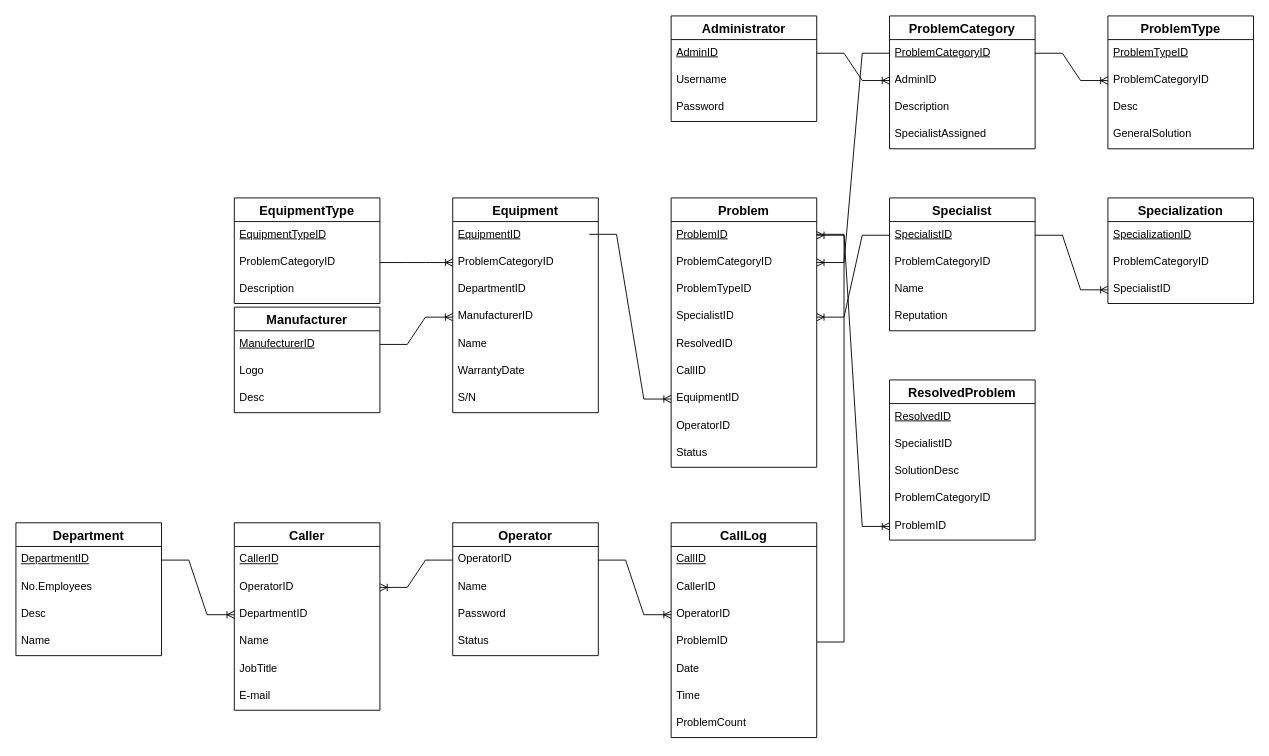
Above: DiagramaEquipamento.drawio in VascoMatos/diagramas (draw.io), before the change. Source tidied: cells renumbered, new cells numbered last; positions are measured from the earlier drawing's top-left corner, leaving out a move shared by most shapes. Both pictures are drawn from the tidied source at 91%, with x=0, y=0 at pixel (15, 15).
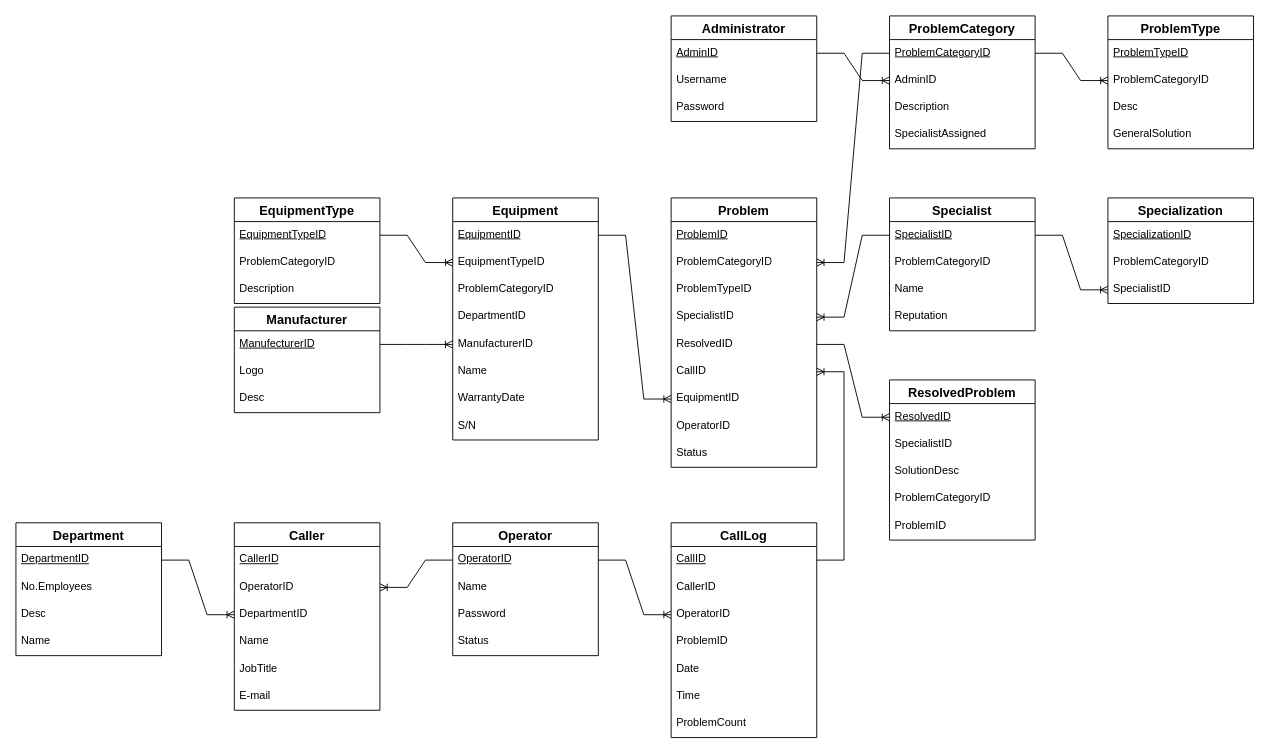
The same diagram, later.

The change refers to these unchanged cells:
```xml
<mxCell id="3" value="&lt;u&gt;EquipmentTypeID&lt;/u&gt;" style="text;strokeColor=none;fillColor=none;spacingLeft=4;spacingRight=4;overflow=hidden;points=[[0,0.5],[1,0.5]];portConstraint=eastwest;fontSize=12;whiteSpace=wrap;html=1;" parent="2" vertex="1">
  <mxGeometry y="26" width="160" height="30" as="geometry" />
</mxCell>
<mxCell id="4" value="ProblemCategoryID" style="text;strokeColor=none;fillColor=none;spacingLeft=4;spacingRight=4;overflow=hidden;points=[[0,0.5],[1,0.5]];portConstraint=eastwest;fontSize=12;whiteSpace=wrap;html=1;" parent="2" vertex="1">
  <mxGeometry y="56" width="160" height="30" as="geometry" />
</mxCell>
<mxCell id="11" value="&lt;u&gt;AdminID&lt;/u&gt;" style="text;strokeColor=none;fillColor=none;spacingLeft=4;spacingRight=4;overflow=hidden;points=[[0,0.5],[1,0.5]];portConstraint=eastwest;fontSize=12;whiteSpace=wrap;html=1;" parent="10" vertex="1">
  <mxGeometry y="26" width="160" height="30" as="geometry" />
</mxCell>
<mxCell id="26" value="Operator" style="swimlane;fontStyle=1;horizontal=1;startSize=26;align=center;fontSize=14;" parent="1" vertex="1">
  <mxGeometry x="480" y="557" width="160" height="146" as="geometry" />
</mxCell>
<mxCell id="32" value="&lt;u&gt;CallID&lt;/u&gt;" style="text;strokeColor=none;fillColor=none;spacingLeft=4;spacingRight=4;overflow=hidden;points=[[0,0.5],[1,0.5]];portConstraint=eastwest;fontSize=12;whiteSpace=wrap;html=1;" parent="31" vertex="1">
  <mxGeometry y="26" width="160" height="30" as="geometry" />
</mxCell>
<mxCell id="35" value="ProblemID" style="text;strokeColor=none;fillColor=none;spacingLeft=4;spacingRight=4;overflow=hidden;points=[[0,0.5],[1,0.5]];portConstraint=eastwest;fontSize=12;whiteSpace=wrap;html=1;" parent="31" vertex="1">
  <mxGeometry y="116" width="160" height="30" as="geometry" />
</mxCell>
<mxCell id="40" value="&lt;u&gt;EquipmentID&lt;/u&gt;" style="text;strokeColor=none;fillColor=none;spacingLeft=4;spacingRight=4;overflow=hidden;points=[[0,0.5],[1,0.5]];portConstraint=eastwest;fontSize=12;whiteSpace=wrap;html=1;" parent="39" vertex="1">
  <mxGeometry y="26" width="160" height="30" as="geometry" />
</mxCell>
<mxCell id="50" value="SpecialistID" style="text;strokeColor=none;fillColor=none;spacingLeft=4;spacingRight=4;overflow=hidden;points=[[0,0.5],[1,0.5]];portConstraint=eastwest;fontSize=12;whiteSpace=wrap;html=1;" parent="47" vertex="1">
  <mxGeometry y="86" width="160" height="30" as="geometry" />
</mxCell>
<mxCell id="52" value="&lt;u&gt;ProblemCategoryID&lt;/u&gt;" style="text;strokeColor=none;fillColor=none;spacingLeft=4;spacingRight=4;overflow=hidden;points=[[0,0.5],[1,0.5]];portConstraint=eastwest;fontSize=12;whiteSpace=wrap;html=1;" parent="51" vertex="1">
  <mxGeometry y="26" width="160" height="30" as="geometry" />
</mxCell>
<mxCell id="53" value="AdminID" style="text;strokeColor=none;fillColor=none;spacingLeft=4;spacingRight=4;overflow=hidden;points=[[0,0.5],[1,0.5]];portConstraint=eastwest;fontSize=12;whiteSpace=wrap;html=1;" parent="51" vertex="1">
  <mxGeometry y="56" width="160" height="30" as="geometry" />
</mxCell>
<mxCell id="58" value="ProblemCategoryID" style="text;strokeColor=none;fillColor=none;spacingLeft=4;spacingRight=4;overflow=hidden;points=[[0,0.5],[1,0.5]];portConstraint=eastwest;fontSize=12;whiteSpace=wrap;html=1;" parent="56" vertex="1">
  <mxGeometry y="56" width="160" height="30" as="geometry" />
</mxCell>
<mxCell id="62" value="&lt;u&gt;ResolvedID&lt;/u&gt;" style="text;strokeColor=none;fillColor=none;spacingLeft=4;spacingRight=4;overflow=hidden;points=[[0,0.5],[1,0.5]];portConstraint=eastwest;fontSize=12;whiteSpace=wrap;html=1;" parent="61" vertex="1">
  <mxGeometry y="26" width="160" height="30" as="geometry" />
</mxCell>
<mxCell id="66" value="ProblemID" style="text;strokeColor=none;fillColor=none;spacingLeft=4;spacingRight=4;overflow=hidden;points=[[0,0.5],[1,0.5]];portConstraint=eastwest;fontSize=12;whiteSpace=wrap;html=1;" parent="61" vertex="1">
  <mxGeometry y="146" width="160" height="30" as="geometry" />
</mxCell>
<mxCell id="68" value="&lt;u&gt;SpecialistID&lt;/u&gt;" style="text;strokeColor=none;fillColor=none;spacingLeft=4;spacingRight=4;overflow=hidden;points=[[0,0.5],[1,0.5]];portConstraint=eastwest;fontSize=12;whiteSpace=wrap;html=1;" parent="67" vertex="1">
  <mxGeometry y="26" width="160" height="30" as="geometry" />
</mxCell>
<mxCell id="73" value="&lt;u&gt;ProblemID&lt;/u&gt;" style="text;strokeColor=none;fillColor=none;spacingLeft=4;spacingRight=4;overflow=hidden;points=[[0,0.5],[1,0.5]];portConstraint=eastwest;fontSize=12;whiteSpace=wrap;html=1;" parent="72" vertex="1">
  <mxGeometry y="26" width="160" height="30" as="geometry" />
</mxCell>
<mxCell id="74" value="ProblemCategoryID" style="text;strokeColor=none;fillColor=none;spacingLeft=4;spacingRight=4;overflow=hidden;points=[[0,0.5],[1,0.5]];portConstraint=eastwest;fontSize=12;whiteSpace=wrap;html=1;" parent="72" vertex="1">
  <mxGeometry y="56" width="160" height="30" as="geometry" />
</mxCell>
<mxCell id="76" value="SpecialistID" style="text;strokeColor=none;fillColor=none;spacingLeft=4;spacingRight=4;overflow=hidden;points=[[0,0.5],[1,0.5]];portConstraint=eastwest;fontSize=12;whiteSpace=wrap;html=1;" parent="72" vertex="1">
  <mxGeometry y="116" width="160" height="30" as="geometry" />
</mxCell>
<mxCell id="77" value="ResolvedID" style="text;strokeColor=none;fillColor=none;spacingLeft=4;spacingRight=4;overflow=hidden;points=[[0,0.5],[1,0.5]];portConstraint=eastwest;fontSize=12;whiteSpace=wrap;html=1;" parent="72" vertex="1">
  <mxGeometry y="146" width="160" height="30" as="geometry" />
</mxCell>
<mxCell id="78" value="CallID" style="text;strokeColor=none;fillColor=none;spacingLeft=4;spacingRight=4;overflow=hidden;points=[[0,0.5],[1,0.5]];portConstraint=eastwest;fontSize=12;whiteSpace=wrap;html=1;" parent="72" vertex="1">
  <mxGeometry y="176" width="160" height="30" as="geometry" />
</mxCell>
<mxCell id="79" value="EquipmentID" style="text;strokeColor=none;fillColor=none;spacingLeft=4;spacingRight=4;overflow=hidden;points=[[0,0.5],[1,0.5]];portConstraint=eastwest;fontSize=12;whiteSpace=wrap;html=1;" parent="72" vertex="1">
  <mxGeometry y="206" width="160" height="30" as="geometry" />
</mxCell>
```

What changed in the source:
```diff
@@
-    <mxCell id="27" value="OperatorID" style="text;strokeColor=none;fillColor=none;spacingLeft=4;spacingRight=4;overflow=hidden;points=[[0,0.5],[1,0.5]];portConstraint=eastwest;fontSize=12;whiteSpace=wrap;html=1;" parent="26" vertex="1">
+    <mxCell id="27" value="&lt;u&gt;OperatorID&lt;/u&gt;" style="text;strokeColor=none;fillColor=none;spacingLeft=4;spacingRight=4;overflow=hidden;points=[[0,0.5],[1,0.5]];portConstraint=eastwest;fontSize=12;whiteSpace=wrap;html=1;" parent="26" vertex="1">
       <mxGeometry y="26" width="160" height="30" as="geometry" />
     </mxCell>
@@
     <mxCell id="39" value="Equipment" style="swimlane;fontStyle=1;horizontal=1;startSize=26;align=center;fontSize=14;" parent="1" vertex="1">
-      <mxGeometry x="480" y="200" width="160" height="236" as="geometry" />
+      <mxGeometry x="480" y="200" width="160" height="266" as="geometry" />
     </mxCell>
@@
+    <mxCell id="95" value="EquipmentTypeID" style="text;strokeColor=none;fillColor=none;spacingLeft=4;spacingRight=4;overflow=hidden;points=[[0,0.5],[1,0.5]];portConstraint=eastwest;fontSize=12;whiteSpace=wrap;html=1;" parent="39" vertex="1">
+      <mxGeometry y="56" width="160" height="30" as="geometry" />
+    </mxCell>
     <mxCell id="41" value="ProblemCategoryID" style="text;strokeColor=none;fillColor=none;spacingLeft=4;spacingRight=4;overflow=hidden;points=[[0,0.5],[1,0.5]];portConstraint=eastwest;fontSize=12;whiteSpace=wrap;html=1;" parent="39" vertex="1">
-      <mxGeometry y="56" width="160" height="30" as="geometry" />
+      <mxGeometry y="86" width="160" height="30" as="geometry" />
     </mxCell>
     <mxCell id="42" value="DepartmentID" style="text;strokeColor=none;fillColor=none;spacingLeft=4;spacingRight=4;overflow=hidden;fontSize=12;whiteSpace=wrap;html=1;" parent="39" vertex="1">
-      <mxGeometry y="86" width="160" height="30" as="geometry" />
+      <mxGeometry y="116" width="160" height="30" as="geometry" />
     </mxCell>
     <mxCell id="43" value="ManufacturerID" style="text;strokeColor=none;fillColor=none;spacingLeft=4;spacingRight=4;overflow=hidden;points=[[0,0.5],[1,0.5]];portConstraint=eastwest;fontSize=12;whiteSpace=wrap;html=1;" parent="39" vertex="1">
-      <mxGeometry y="116" width="160" height="30" as="geometry" />
+      <mxGeometry y="146" width="160" height="30" as="geometry" />
     </mxCell>
     <mxCell id="44" value="Name" style="text;strokeColor=none;fillColor=none;spacingLeft=4;spacingRight=4;overflow=hidden;fontSize=12;whiteSpace=wrap;html=1;" parent="39" vertex="1">
-      <mxGeometry y="146" width="160" height="30" as="geometry" />
+      <mxGeometry y="176" width="160" height="30" as="geometry" />
     </mxCell>
     <mxCell id="45" value="WarrantyDate" style="text;strokeColor=none;fillColor=none;spacingLeft=4;spacingRight=4;overflow=hidden;fontSize=12;whiteSpace=wrap;html=1;" parent="39" vertex="1">
-      <mxGeometry y="176" width="160" height="30" as="geometry" />
+      <mxGeometry y="206" width="160" height="30" as="geometry" />
     </mxCell>
     <mxCell id="46" value="S/N" style="text;strokeColor=none;fillColor=none;spacingLeft=4;spacingRight=4;overflow=hidden;fontSize=12;whiteSpace=wrap;html=1;" parent="39" vertex="1">
-      <mxGeometry y="206" width="160" height="30" as="geometry" />
+      <mxGeometry y="236" width="160" height="30" as="geometry" />
     </mxCell>
@@
-    <mxCell id="82" style="edgeStyle=entityRelationEdgeStyle;fontSize=12;html=1;endArrow=ERoneToMany;rounded=0;" parent="1" edge="1" target="79">
-      <mxGeometry relative="1" as="geometry">
-        <mxPoint x="630" y="240" as="sourcePoint" />
-      </mxGeometry>
+    <mxCell id="82" style="edgeStyle=entityRelationEdgeStyle;fontSize=12;html=1;endArrow=ERoneToMany;rounded=0;" parent="1" edge="1" source="40" target="79">
+      <mxGeometry relative="1" as="geometry" />
     </mxCell>
@@
-    <mxCell id="86" style="edgeStyle=entityRelationEdgeStyle;fontSize=12;html=1;endArrow=ERoneToMany;rounded=0;exitX=1;exitY=0.5;exitDx=0;exitDy=0;entryX=1;entryY=0.5;entryDx=0;entryDy=0;" parent="1" edge="1" source="35" target="73">
-      <mxGeometry relative="1" as="geometry">
-        <Array as="points">
-          <mxPoint x="1060" y="810" />
-          <mxPoint x="1160" y="771" />
-        </Array>
-      </mxGeometry>
-    </mxCell>
-    <mxCell id="87" style="edgeStyle=entityRelationEdgeStyle;fontSize=12;html=1;endArrow=ERoneToMany;rounded=0;exitX=1;exitY=0.5;exitDx=0;exitDy=0;entryX=0;entryY=0.5;entryDx=0;entryDy=0;" parent="1" edge="1" source="68" target="50">
+    <mxCell id="87" style="edgeStyle=entityRelationEdgeStyle;fontSize=12;html=1;endArrow=ERoneToMany;rounded=0;" parent="1" edge="1" source="68" target="50">
       <mxGeometry relative="1" as="geometry" />
     </mxCell>
-    <mxCell id="88" style="edgeStyle=entityRelationEdgeStyle;fontSize=12;html=1;endArrow=ERoneToMany;rounded=0;exitX=0;exitY=0.5;exitDx=0;exitDy=0;entryX=1;entryY=0.5;entryDx=0;entryDy=0;" parent="1" edge="1" source="52" target="74">
+    <mxCell id="88" style="edgeStyle=entityRelationEdgeStyle;fontSize=12;html=1;endArrow=ERoneToMany;rounded=0;" parent="1" edge="1" source="52" target="74">
       <mxGeometry relative="1" as="geometry" />
     </mxCell>
-    <mxCell id="89" style="edgeStyle=entityRelationEdgeStyle;fontSize=12;html=1;endArrow=ERoneToMany;rounded=0;exitX=0;exitY=0.5;exitDx=0;exitDy=0;entryX=1;entryY=0.5;entryDx=0;entryDy=0;" parent="1" edge="1" source="68" target="76">
+    <mxCell id="89" style="edgeStyle=entityRelationEdgeStyle;fontSize=12;html=1;endArrow=ERoneToMany;rounded=0;" parent="1" edge="1" source="68" target="76">
       <mxGeometry relative="1" as="geometry" />
     </mxCell>
@@
-    <mxCell id="91" style="edgeStyle=entityRelationEdgeStyle;fontSize=12;html=1;endArrow=ERoneToMany;rounded=0;" parent="1" edge="1" source="4" target="41">
-      <mxGeometry relative="1" as="geometry" />
-    </mxCell>
-    <mxCell id="92" style="edgeStyle=entityRelationEdgeStyle;fontSize=12;html=1;endArrow=ERoneToMany;rounded=0;entryX=0;entryY=0.5;entryDx=0;entryDy=0;" parent="1" edge="1" target="66">
-      <mxGeometry relative="1" as="geometry">
-        <mxPoint x="880" y="240" as="sourcePoint" />
-      </mxGeometry>
-    </mxCell>
-    <mxCell id="93" style="edgeStyle=entityRelationEdgeStyle;fontSize=12;html=1;endArrow=ERoneToMany;rounded=0;entryX=0;entryY=0.5;entryDx=0;entryDy=0;exitX=1;exitY=0.5;exitDx=0;exitDy=0;" parent="1" edge="1" source="52" target="58">
+    <mxCell id="93" style="edgeStyle=entityRelationEdgeStyle;fontSize=12;html=1;endArrow=ERoneToMany;rounded=0;" parent="1" edge="1" source="52" target="58">
       <mxGeometry relative="1" as="geometry" />
     </mxCell>
-    <mxCell id="94" style="edgeStyle=entityRelationEdgeStyle;fontSize=12;html=1;endArrow=ERoneToMany;rounded=0;exitX=1;exitY=0.5;exitDx=0;exitDy=0;entryX=0;entryY=0.5;entryDx=0;entryDy=0;" parent="1" edge="1" source="11" target="53">
+    <mxCell id="94" style="edgeStyle=entityRelationEdgeStyle;fontSize=12;html=1;endArrow=ERoneToMany;rounded=0;" parent="1" edge="1" source="11" target="53">
       <mxGeometry relative="1" as="geometry" />
     </mxCell>
+    <mxCell id="96" style="edgeStyle=entityRelationEdgeStyle;fontSize=12;html=1;endArrow=ERoneToMany;rounded=0;" parent="1" edge="1" source="32" target="78">
+      <mxGeometry relative="1" as="geometry" />
+    </mxCell>
+    <mxCell id="97" style="edgeStyle=entityRelationEdgeStyle;fontSize=12;html=1;endArrow=ERoneToMany;rounded=0;" parent="1" edge="1" source="3" target="95">
+      <mxGeometry relative="1" as="geometry" />
+    </mxCell>
+    <mxCell id="98" style="edgeStyle=entityRelationEdgeStyle;fontSize=12;html=1;endArrow=ERoneToMany;rounded=0;" parent="1" edge="1" source="77" target="62">
+      <mxGeometry relative="1" as="geometry" />
+    </mxCell>
```
